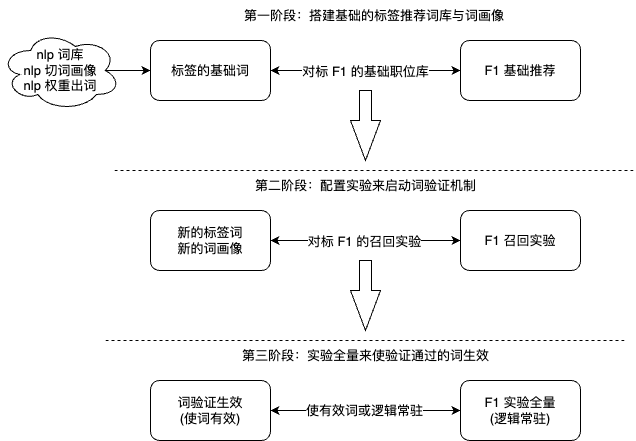
Above: work-draw-file/标签词分流方案.png in liujunao/draw-data (draw.io), before the change. Source tidied: cells renumbered, new cells last; positions are measured from the earlier drawing's top-left corner, leaving out a move shared by most shapes.
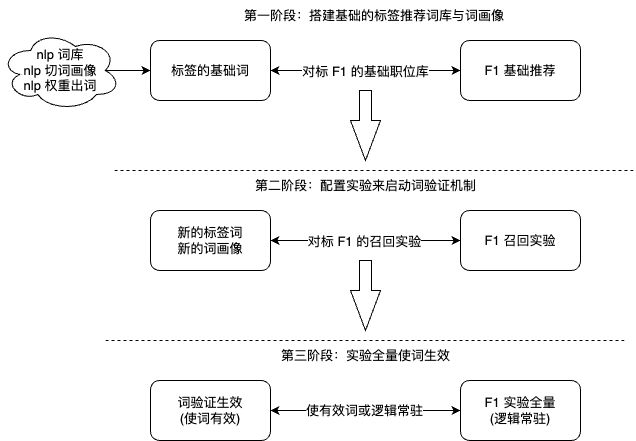
The same file after the commit.

Commit message:
更新标签词分流方案.png

Change to the diagram source:
```diff
@@ -50,7 +50,7 @@
     <mxCell id="15" style="html=1;shadow=0;dashed=0;align=center;verticalAlign=middle;shape=mxgraph.arrows2.arrow;dy=0.6;dx=40;direction=south;notch=0;" parent="1" vertex="1">
       <mxGeometry x="350" y="260" width="30" height="70" as="geometry" />
     </mxCell>
-    <mxCell id="16" value="第三阶段：实验全量来使验证通过的词生效" style="text;html=1;strokeColor=none;fillColor=none;align=center;verticalAlign=middle;whiteSpace=wrap;rounded=0;" parent="1" vertex="1">
+    <mxCell id="16" value="第三阶段：实验全量使词生效" style="text;html=1;strokeColor=none;fillColor=none;align=center;verticalAlign=middle;whiteSpace=wrap;rounded=0;" parent="1" vertex="1">
       <mxGeometry x="222.5" y="340" width="285" height="30" as="geometry" />
     </mxCell>
     <mxCell id="17" style="edgeStyle=orthogonalEdgeStyle;rounded=0;jettySize=auto;html=1;exitX=0.875;exitY=0.5;exitDx=0;exitDy=0;exitPerimeter=0;entryX=0;entryY=0.5;entryDx=0;entryDy=0;" parent="1" edge="1" source="18" target="2">
```
